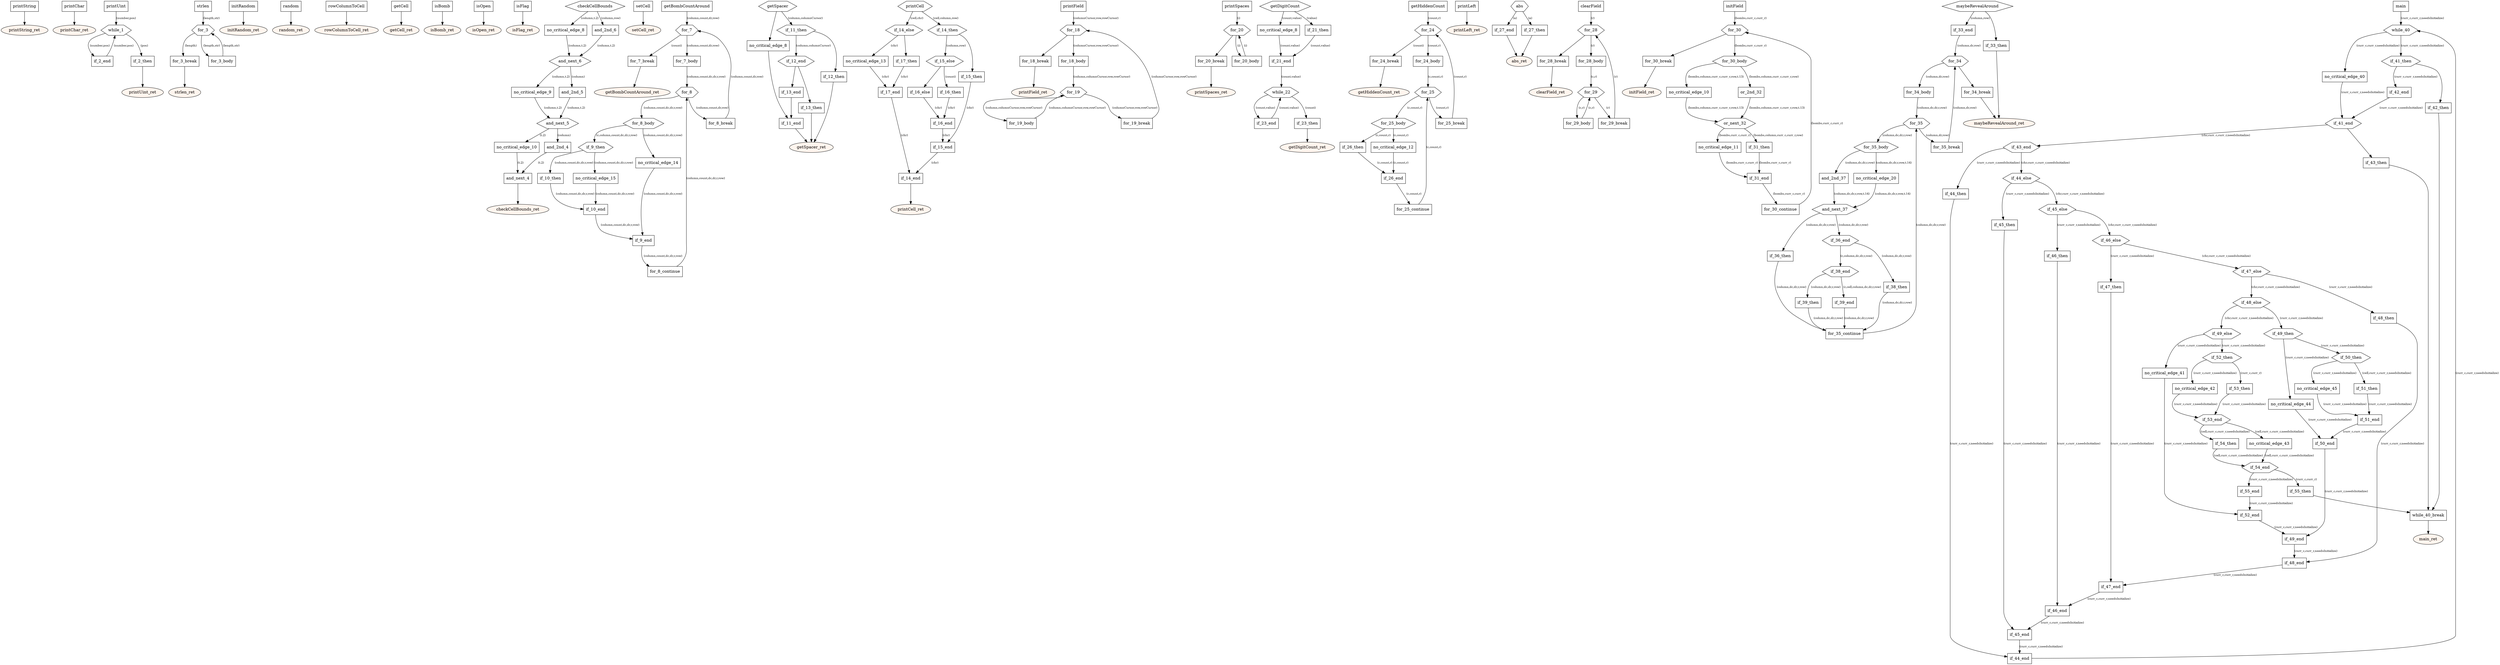
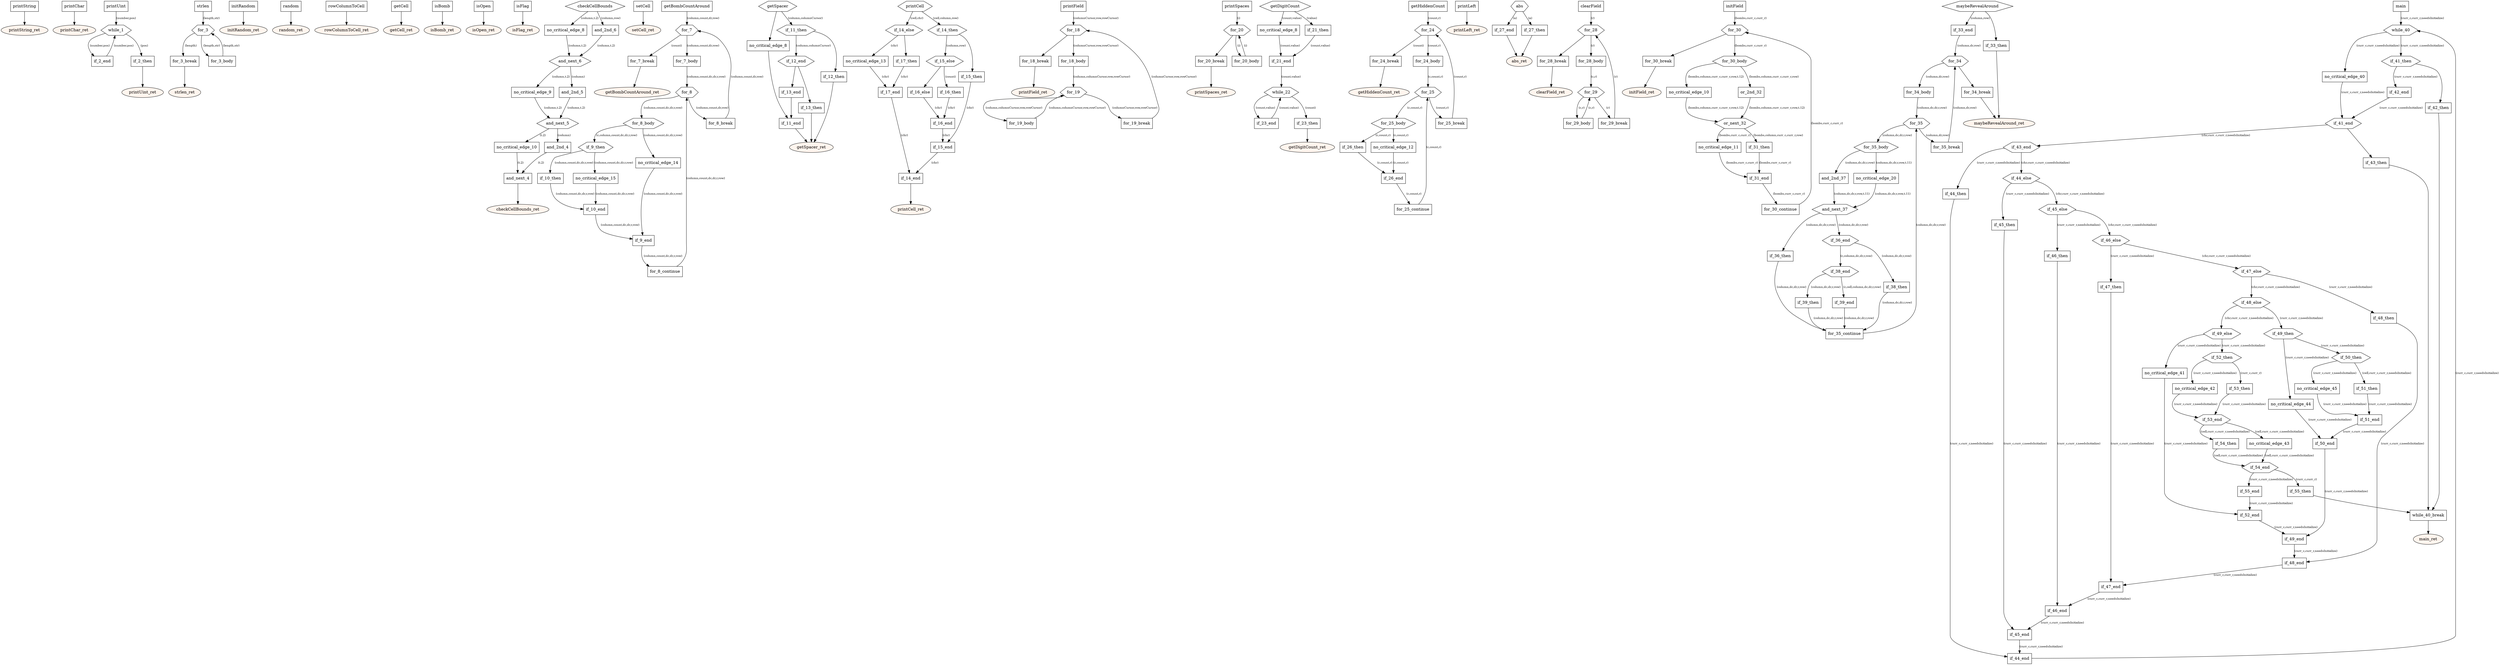
digraph program {
	edge[fontsize="10pt"];
	subgraph fn_printString {
		BasicBlock_0_printString [label="printString",shape=box];
		BasicBlock_0_printString -> BasicBlock_0_printString_ret;
		BasicBlock_0_printString_ret [label="printString_ret",shape=oval,style=filled,fillcolor="#fff5ee"];
	}
	subgraph fn_printChar {
		BasicBlock_1_printChar [label="printChar",shape=box];
		BasicBlock_1_printChar -> BasicBlock_1_printChar_ret;
		BasicBlock_1_printChar_ret [label="printChar_ret",shape=oval,style=filled,fillcolor="#fff5ee"];
	}
	subgraph fn_printUint {
		BasicBlock_2_printUint [label="printUint",shape=box];
		BasicBlock_2_printUint -> BasicBlock_2_while_1 [label="(number,pos)"];
		BasicBlock_2_while_1 [label="while_1",shape=hexagon];
		BasicBlock_2_while_1 -> BasicBlock_2_if_2_end [label="(number,pos)"];
		BasicBlock_2_while_1 -> BasicBlock_2_if_2_then [label="(pos)"];
		BasicBlock_2_if_2_then [label="if_2_then",shape=box];
		BasicBlock_2_if_2_then -> BasicBlock_2_printUint_ret;
		BasicBlock_2_if_2_end [label="if_2_end",shape=box];
		BasicBlock_2_if_2_end -> BasicBlock_2_while_1 [label="(number,pos)"];
		BasicBlock_2_printUint_ret [label="printUint_ret",shape=oval,style=filled,fillcolor="#fff5ee"];
	}
	subgraph fn_strlen {
		BasicBlock_3_strlen [label="strlen",shape=box];
		BasicBlock_3_strlen -> BasicBlock_3_for_3 [label="(length,str)"];
		BasicBlock_3_for_3 [label="for_3",shape=hexagon];
		BasicBlock_3_for_3 -> BasicBlock_3_for_3_break [label="(length)"];
		BasicBlock_3_for_3 -> BasicBlock_3_for_3_body [label="(length,str)"];
		BasicBlock_3_for_3_body [label="for_3_body",shape=box];
		BasicBlock_3_for_3_body -> BasicBlock_3_for_3 [label="(length,str)"];
		BasicBlock_3_for_3_break [label="for_3_break",shape=box];
		BasicBlock_3_for_3_break -> BasicBlock_3_strlen_ret;
		BasicBlock_3_strlen_ret [label="strlen_ret",shape=oval,style=filled,fillcolor="#fff5ee"];
	}
	subgraph fn_initRandom {
		BasicBlock_4_initRandom [label="initRandom",shape=box];
		BasicBlock_4_initRandom -> BasicBlock_4_initRandom_ret;
		BasicBlock_4_initRandom_ret [label="initRandom_ret",shape=oval,style=filled,fillcolor="#fff5ee"];
	}
	subgraph fn_random {
		BasicBlock_5_random [label="random",shape=box];
		BasicBlock_5_random -> BasicBlock_5_random_ret;
		BasicBlock_5_random_ret [label="random_ret",shape=oval,style=filled,fillcolor="#fff5ee"];
	}
	subgraph fn_rowColumnToCell {
		BasicBlock_6_rowColumnToCell [label="rowColumnToCell",shape=box];
		BasicBlock_6_rowColumnToCell -> BasicBlock_6_rowColumnToCell_ret;
		BasicBlock_6_rowColumnToCell_ret [label="rowColumnToCell_ret",shape=oval,style=filled,fillcolor="#fff5ee"];
	}
	subgraph fn_getCell {
		BasicBlock_7_getCell [label="getCell",shape=box];
		BasicBlock_7_getCell -> BasicBlock_7_getCell_ret;
		BasicBlock_7_getCell_ret [label="getCell_ret",shape=oval,style=filled,fillcolor="#fff5ee"];
	}
	subgraph fn_isBomb {
		BasicBlock_8_isBomb [label="isBomb",shape=box];
		BasicBlock_8_isBomb -> BasicBlock_8_isBomb_ret;
		BasicBlock_8_isBomb_ret [label="isBomb_ret",shape=oval,style=filled,fillcolor="#fff5ee"];
	}
	subgraph fn_isOpen {
		BasicBlock_9_isOpen [label="isOpen",shape=box];
		BasicBlock_9_isOpen -> BasicBlock_9_isOpen_ret;
		BasicBlock_9_isOpen_ret [label="isOpen_ret",shape=oval,style=filled,fillcolor="#fff5ee"];
	}
	subgraph fn_isFlag {
		BasicBlock_10_isFlag [label="isFlag",shape=box];
		BasicBlock_10_isFlag -> BasicBlock_10_isFlag_ret;
		BasicBlock_10_isFlag_ret [label="isFlag_ret",shape=oval,style=filled,fillcolor="#fff5ee"];
	}
	subgraph fn_checkCellBounds {
		BasicBlock_11_checkCellBounds [label="checkCellBounds",shape=hexagon];
		BasicBlock_11_checkCellBounds -> BasicBlock_11_no_critical_edge_8 [label="(column,t.2)"];
		BasicBlock_11_checkCellBounds -> BasicBlock_11_and_2nd_6 [label="(column,row)"];
		BasicBlock_11_and_2nd_6 [label="and_2nd_6",shape=box];
		BasicBlock_11_and_2nd_6 -> BasicBlock_11_and_next_6 [label="(column,t.2)"];
		BasicBlock_11_no_critical_edge_8 [label="no_critical_edge_8",shape=box];
		BasicBlock_11_no_critical_edge_8 -> BasicBlock_11_and_next_6 [label="(column,t.2)"];
		BasicBlock_11_and_next_6 [label="and_next_6",shape=hexagon];
		BasicBlock_11_and_next_6 -> BasicBlock_11_no_critical_edge_9 [label="(column,t.2)"];
		BasicBlock_11_and_next_6 -> BasicBlock_11_and_2nd_5 [label="(column)"];
		BasicBlock_11_and_2nd_5 [label="and_2nd_5",shape=box];
		BasicBlock_11_and_2nd_5 -> BasicBlock_11_and_next_5 [label="(column,t.2)"];
		BasicBlock_11_no_critical_edge_9 [label="no_critical_edge_9",shape=box];
		BasicBlock_11_no_critical_edge_9 -> BasicBlock_11_and_next_5 [label="(column,t.2)"];
		BasicBlock_11_and_next_5 [label="and_next_5",shape=hexagon];
		BasicBlock_11_and_next_5 -> BasicBlock_11_no_critical_edge_10 [label="(t.2)"];
		BasicBlock_11_and_next_5 -> BasicBlock_11_and_2nd_4 [label="(column)"];
		BasicBlock_11_and_2nd_4 [label="and_2nd_4",shape=box];
		BasicBlock_11_and_2nd_4 -> BasicBlock_11_and_next_4 [label="(t.2)"];
		BasicBlock_11_no_critical_edge_10 [label="no_critical_edge_10",shape=box];
		BasicBlock_11_no_critical_edge_10 -> BasicBlock_11_and_next_4 [label="(t.2)"];
		BasicBlock_11_and_next_4 [label="and_next_4",shape=box];
		BasicBlock_11_and_next_4 -> BasicBlock_11_checkCellBounds_ret;
		BasicBlock_11_checkCellBounds_ret [label="checkCellBounds_ret",shape=oval,style=filled,fillcolor="#fff5ee"];
	}
	subgraph fn_setCell {
		BasicBlock_12_setCell [label="setCell",shape=box];
		BasicBlock_12_setCell -> BasicBlock_12_setCell_ret;
		BasicBlock_12_setCell_ret [label="setCell_ret",shape=oval,style=filled,fillcolor="#fff5ee"];
	}
	subgraph fn_getBombCountAround {
		BasicBlock_13_getBombCountAround [label="getBombCountAround",shape=box];
		BasicBlock_13_getBombCountAround -> BasicBlock_13_for_7 [label="(column,count,dr,row)"];
		BasicBlock_13_for_7 [label="for_7",shape=hexagon];
		BasicBlock_13_for_7 -> BasicBlock_13_for_7_break [label="(count)"];
		BasicBlock_13_for_7 -> BasicBlock_13_for_7_body [label="(column,count,dr,row)"];
		BasicBlock_13_for_7_body [label="for_7_body",shape=box];
		BasicBlock_13_for_7_body -> BasicBlock_13_for_8 [label="(column,count,dc,dr,r,row)"];
		BasicBlock_13_for_8 [label="for_8",shape=hexagon];
		BasicBlock_13_for_8 -> BasicBlock_13_for_8_break [label="(column,count,dr,row)"];
		BasicBlock_13_for_8 -> BasicBlock_13_for_8_body [label="(column,count,dc,dr,r,row)"];
		BasicBlock_13_for_8_body [label="for_8_body",shape=hexagon];
		BasicBlock_13_for_8_body -> BasicBlock_13_no_critical_edge_14 [label="(column,count,dc,dr,r,row)"];
		BasicBlock_13_for_8_body -> BasicBlock_13_if_9_then [label="(c,column,count,dc,dr,r,row)"];
		BasicBlock_13_if_9_then [label="if_9_then",shape=hexagon];
		BasicBlock_13_if_9_then -> BasicBlock_13_no_critical_edge_15 [label="(column,count,dc,dr,r,row)"];
		BasicBlock_13_if_9_then -> BasicBlock_13_if_10_then [label="(column,count,dc,dr,r,row)"];
		BasicBlock_13_if_10_then [label="if_10_then",shape=box];
		BasicBlock_13_if_10_then -> BasicBlock_13_if_10_end [label="(column,count,dc,dr,r,row)"];
		BasicBlock_13_no_critical_edge_15 [label="no_critical_edge_15",shape=box];
		BasicBlock_13_no_critical_edge_15 -> BasicBlock_13_if_10_end [label="(column,count,dc,dr,r,row)"];
		BasicBlock_13_if_10_end [label="if_10_end",shape=box];
		BasicBlock_13_if_10_end -> BasicBlock_13_if_9_end [label="(column,count,dc,dr,r,row)"];
		BasicBlock_13_no_critical_edge_14 [label="no_critical_edge_14",shape=box];
		BasicBlock_13_no_critical_edge_14 -> BasicBlock_13_if_9_end [label="(column,count,dc,dr,r,row)"];
		BasicBlock_13_if_9_end [label="if_9_end",shape=box];
		BasicBlock_13_if_9_end -> BasicBlock_13_for_8_continue [label="(column,count,dc,dr,r,row)"];
		BasicBlock_13_for_8_continue [label="for_8_continue",shape=box];
		BasicBlock_13_for_8_continue -> BasicBlock_13_for_8 [label="(column,count,dc,dr,r,row)"];
		BasicBlock_13_for_8_break [label="for_8_break",shape=box];
		BasicBlock_13_for_8_break -> BasicBlock_13_for_7 [label="(column,count,dr,row)"];
		BasicBlock_13_for_7_break [label="for_7_break",shape=box];
		BasicBlock_13_for_7_break -> BasicBlock_13_getBombCountAround_ret;
		BasicBlock_13_getBombCountAround_ret [label="getBombCountAround_ret",shape=oval,style=filled,fillcolor="#fff5ee"];
	}
	subgraph fn_getSpacer {
		BasicBlock_14_getSpacer [label="getSpacer",shape=hexagon];
		BasicBlock_14_getSpacer -> BasicBlock_14_no_critical_edge_8;
		BasicBlock_14_getSpacer -> BasicBlock_14_if_11_then [label="(column,columnCursor)"];
		BasicBlock_14_if_11_then [label="if_11_then",shape=hexagon];
		BasicBlock_14_if_11_then -> BasicBlock_14_if_12_end [label="(column,columnCursor)"];
		BasicBlock_14_if_11_then -> BasicBlock_14_if_12_then;
		BasicBlock_14_if_12_then [label="if_12_then",shape=box];
		BasicBlock_14_if_12_then -> BasicBlock_14_getSpacer_ret;
		BasicBlock_14_if_12_end [label="if_12_end",shape=hexagon];
		BasicBlock_14_if_12_end -> BasicBlock_14_if_13_end;
		BasicBlock_14_if_12_end -> BasicBlock_14_if_13_then;
		BasicBlock_14_if_13_then [label="if_13_then",shape=box];
		BasicBlock_14_if_13_then -> BasicBlock_14_getSpacer_ret;
		BasicBlock_14_if_13_end [label="if_13_end",shape=box];
		BasicBlock_14_if_13_end -> BasicBlock_14_if_11_end;
		BasicBlock_14_no_critical_edge_8 [label="no_critical_edge_8",shape=box];
		BasicBlock_14_no_critical_edge_8 -> BasicBlock_14_if_11_end;
		BasicBlock_14_if_11_end [label="if_11_end",shape=box];
		BasicBlock_14_if_11_end -> BasicBlock_14_getSpacer_ret;
		BasicBlock_14_getSpacer_ret [label="getSpacer_ret",shape=oval,style=filled,fillcolor="#fff5ee"];
	}
	subgraph fn_printCell {
		BasicBlock_15_printCell [label="printCell",shape=hexagon];
		BasicBlock_15_printCell -> BasicBlock_15_if_14_else [label="(cell,chr)"];
		BasicBlock_15_printCell -> BasicBlock_15_if_14_then [label="(cell,column,row)"];
		BasicBlock_15_if_14_then [label="if_14_then",shape=hexagon];
		BasicBlock_15_if_14_then -> BasicBlock_15_if_15_else [label="(column,row)"];
		BasicBlock_15_if_14_then -> BasicBlock_15_if_15_then;
		BasicBlock_15_if_15_then [label="if_15_then",shape=box];
		BasicBlock_15_if_15_then -> BasicBlock_15_if_15_end [label="(chr)"];
		BasicBlock_15_if_15_else [label="if_15_else",shape=hexagon];
		BasicBlock_15_if_15_else -> BasicBlock_15_if_16_else;
		BasicBlock_15_if_15_else -> BasicBlock_15_if_16_then [label="(count)"];
		BasicBlock_15_if_16_then [label="if_16_then",shape=box];
		BasicBlock_15_if_16_then -> BasicBlock_15_if_16_end [label="(chr)"];
		BasicBlock_15_if_16_else [label="if_16_else",shape=box];
		BasicBlock_15_if_16_else -> BasicBlock_15_if_16_end [label="(chr)"];
		BasicBlock_15_if_16_end [label="if_16_end",shape=box];
		BasicBlock_15_if_16_end -> BasicBlock_15_if_15_end [label="(chr)"];
		BasicBlock_15_if_15_end [label="if_15_end",shape=box];
		BasicBlock_15_if_15_end -> BasicBlock_15_if_14_end [label="(chr)"];
		BasicBlock_15_if_14_else [label="if_14_else",shape=hexagon];
		BasicBlock_15_if_14_else -> BasicBlock_15_no_critical_edge_13 [label="(chr)"];
		BasicBlock_15_if_14_else -> BasicBlock_15_if_17_then;
		BasicBlock_15_if_17_then [label="if_17_then",shape=box];
		BasicBlock_15_if_17_then -> BasicBlock_15_if_17_end [label="(chr)"];
		BasicBlock_15_no_critical_edge_13 [label="no_critical_edge_13",shape=box];
		BasicBlock_15_no_critical_edge_13 -> BasicBlock_15_if_17_end [label="(chr)"];
		BasicBlock_15_if_17_end [label="if_17_end",shape=box];
		BasicBlock_15_if_17_end -> BasicBlock_15_if_14_end [label="(chr)"];
		BasicBlock_15_if_14_end [label="if_14_end",shape=box];
		BasicBlock_15_if_14_end -> BasicBlock_15_printCell_ret;
		BasicBlock_15_printCell_ret [label="printCell_ret",shape=oval,style=filled,fillcolor="#fff5ee"];
	}
	subgraph fn_printField {
		BasicBlock_16_printField [label="printField",shape=box];
		BasicBlock_16_printField -> BasicBlock_16_for_18 [label="(columnCursor,row,rowCursor)"];
		BasicBlock_16_for_18 [label="for_18",shape=hexagon];
		BasicBlock_16_for_18 -> BasicBlock_16_for_18_break;
		BasicBlock_16_for_18 -> BasicBlock_16_for_18_body [label="(columnCursor,row,rowCursor)"];
		BasicBlock_16_for_18_body [label="for_18_body",shape=box];
		BasicBlock_16_for_18_body -> BasicBlock_16_for_19 [label="(column,columnCursor,row,rowCursor)"];
		BasicBlock_16_for_19 [label="for_19",shape=hexagon];
		BasicBlock_16_for_19 -> BasicBlock_16_for_19_break [label="(columnCursor,row,rowCursor)"];
		BasicBlock_16_for_19 -> BasicBlock_16_for_19_body [label="(column,columnCursor,row,rowCursor)"];
		BasicBlock_16_for_19_body [label="for_19_body",shape=box];
		BasicBlock_16_for_19_body -> BasicBlock_16_for_19 [label="(column,columnCursor,row,rowCursor)"];
		BasicBlock_16_for_19_break [label="for_19_break",shape=box];
		BasicBlock_16_for_19_break -> BasicBlock_16_for_18 [label="(columnCursor,row,rowCursor)"];
		BasicBlock_16_for_18_break [label="for_18_break",shape=box];
		BasicBlock_16_for_18_break -> BasicBlock_16_printField_ret;
		BasicBlock_16_printField_ret [label="printField_ret",shape=oval,style=filled,fillcolor="#fff5ee"];
	}
	subgraph fn_printSpaces {
		BasicBlock_17_printSpaces [label="printSpaces",shape=box];
		BasicBlock_17_printSpaces -> BasicBlock_17_for_20 [label="(i)"];
		BasicBlock_17_for_20 [label="for_20",shape=hexagon];
		BasicBlock_17_for_20 -> BasicBlock_17_for_20_break;
		BasicBlock_17_for_20 -> BasicBlock_17_for_20_body [label="(i)"];
		BasicBlock_17_for_20_body [label="for_20_body",shape=box];
		BasicBlock_17_for_20_body -> BasicBlock_17_for_20 [label="(i)"];
		BasicBlock_17_for_20_break [label="for_20_break",shape=box];
		BasicBlock_17_for_20_break -> BasicBlock_17_printSpaces_ret;
		BasicBlock_17_printSpaces_ret [label="printSpaces_ret",shape=oval,style=filled,fillcolor="#fff5ee"];
	}
	subgraph fn_getDigitCount {
		BasicBlock_18_getDigitCount [label="getDigitCount",shape=hexagon];
		BasicBlock_18_getDigitCount -> BasicBlock_18_no_critical_edge_8 [label="(count,value)"];
		BasicBlock_18_getDigitCount -> BasicBlock_18_if_21_then [label="(value)"];
		BasicBlock_18_if_21_then [label="if_21_then",shape=box];
		BasicBlock_18_if_21_then -> BasicBlock_18_if_21_end [label="(count,value)"];
		BasicBlock_18_no_critical_edge_8 [label="no_critical_edge_8",shape=box];
		BasicBlock_18_no_critical_edge_8 -> BasicBlock_18_if_21_end [label="(count,value)"];
		BasicBlock_18_if_21_end [label="if_21_end",shape=box];
		BasicBlock_18_if_21_end -> BasicBlock_18_while_22 [label="(count,value)"];
		BasicBlock_18_while_22 [label="while_22",shape=hexagon];
		BasicBlock_18_while_22 -> BasicBlock_18_if_23_end [label="(count,value)"];
		BasicBlock_18_while_22 -> BasicBlock_18_if_23_then [label="(count)"];
		BasicBlock_18_if_23_then [label="if_23_then",shape=box];
		BasicBlock_18_if_23_then -> BasicBlock_18_getDigitCount_ret;
		BasicBlock_18_if_23_end [label="if_23_end",shape=box];
		BasicBlock_18_if_23_end -> BasicBlock_18_while_22 [label="(count,value)"];
		BasicBlock_18_getDigitCount_ret [label="getDigitCount_ret",shape=oval,style=filled,fillcolor="#fff5ee"];
	}
	subgraph fn_getHiddenCount {
		BasicBlock_19_getHiddenCount [label="getHiddenCount",shape=box];
		BasicBlock_19_getHiddenCount -> BasicBlock_19_for_24 [label="(count,r)"];
		BasicBlock_19_for_24 [label="for_24",shape=hexagon];
		BasicBlock_19_for_24 -> BasicBlock_19_for_24_break [label="(count)"];
		BasicBlock_19_for_24 -> BasicBlock_19_for_24_body [label="(count,r)"];
		BasicBlock_19_for_24_body [label="for_24_body",shape=box];
		BasicBlock_19_for_24_body -> BasicBlock_19_for_25 [label="(c,count,r)"];
		BasicBlock_19_for_25 [label="for_25",shape=hexagon];
		BasicBlock_19_for_25 -> BasicBlock_19_for_25_break [label="(count,r)"];
		BasicBlock_19_for_25 -> BasicBlock_19_for_25_body [label="(c,count,r)"];
		BasicBlock_19_for_25_body [label="for_25_body",shape=hexagon];
		BasicBlock_19_for_25_body -> BasicBlock_19_no_critical_edge_12 [label="(c,count,r)"];
		BasicBlock_19_for_25_body -> BasicBlock_19_if_26_then [label="(c,count,r)"];
		BasicBlock_19_if_26_then [label="if_26_then",shape=box];
		BasicBlock_19_if_26_then -> BasicBlock_19_if_26_end [label="(c,count,r)"];
		BasicBlock_19_no_critical_edge_12 [label="no_critical_edge_12",shape=box];
		BasicBlock_19_no_critical_edge_12 -> BasicBlock_19_if_26_end [label="(c,count,r)"];
		BasicBlock_19_if_26_end [label="if_26_end",shape=box];
		BasicBlock_19_if_26_end -> BasicBlock_19_for_25_continue [label="(c,count,r)"];
		BasicBlock_19_for_25_continue [label="for_25_continue",shape=box];
		BasicBlock_19_for_25_continue -> BasicBlock_19_for_25 [label="(c,count,r)"];
		BasicBlock_19_for_25_break [label="for_25_break",shape=box];
		BasicBlock_19_for_25_break -> BasicBlock_19_for_24 [label="(count,r)"];
		BasicBlock_19_for_24_break [label="for_24_break",shape=box];
		BasicBlock_19_for_24_break -> BasicBlock_19_getHiddenCount_ret;
		BasicBlock_19_getHiddenCount_ret [label="getHiddenCount_ret",shape=oval,style=filled,fillcolor="#fff5ee"];
	}
	subgraph fn_printLeft {
		BasicBlock_20_printLeft [label="printLeft",shape=box];
		BasicBlock_20_printLeft -> BasicBlock_20_printLeft_ret;
		BasicBlock_20_printLeft_ret [label="printLeft_ret",shape=oval,style=filled,fillcolor="#fff5ee"];
	}
	subgraph fn_abs {
		BasicBlock_21_abs [label="abs",shape=hexagon];
		BasicBlock_21_abs -> BasicBlock_21_if_27_end [label="(a)"];
		BasicBlock_21_abs -> BasicBlock_21_if_27_then [label="(a)"];
		BasicBlock_21_if_27_then [label="if_27_then",shape=box];
		BasicBlock_21_if_27_then -> BasicBlock_21_abs_ret;
		BasicBlock_21_if_27_end [label="if_27_end",shape=box];
		BasicBlock_21_if_27_end -> BasicBlock_21_abs_ret;
		BasicBlock_21_abs_ret [label="abs_ret",shape=oval,style=filled,fillcolor="#fff5ee"];
	}
	subgraph fn_clearField {
		BasicBlock_22_clearField [label="clearField",shape=box];
		BasicBlock_22_clearField -> BasicBlock_22_for_28 [label="(r)"];
		BasicBlock_22_for_28 [label="for_28",shape=hexagon];
		BasicBlock_22_for_28 -> BasicBlock_22_for_28_break;
		BasicBlock_22_for_28 -> BasicBlock_22_for_28_body [label="(r)"];
		BasicBlock_22_for_28_body [label="for_28_body",shape=box];
		BasicBlock_22_for_28_body -> BasicBlock_22_for_29 [label="(c,r)"];
		BasicBlock_22_for_29 [label="for_29",shape=hexagon];
		BasicBlock_22_for_29 -> BasicBlock_22_for_29_break [label="(r)"];
		BasicBlock_22_for_29 -> BasicBlock_22_for_29_body [label="(c,r)"];
		BasicBlock_22_for_29_body [label="for_29_body",shape=box];
		BasicBlock_22_for_29_body -> BasicBlock_22_for_29 [label="(c,r)"];
		BasicBlock_22_for_29_break [label="for_29_break",shape=box];
		BasicBlock_22_for_29_break -> BasicBlock_22_for_28 [label="(r)"];
		BasicBlock_22_for_28_break [label="for_28_break",shape=box];
		BasicBlock_22_for_28_break -> BasicBlock_22_clearField_ret;
		BasicBlock_22_clearField_ret [label="clearField_ret",shape=oval,style=filled,fillcolor="#fff5ee"];
	}
	subgraph fn_initField {
		BasicBlock_23_initField [label="initField",shape=box];
		BasicBlock_23_initField -> BasicBlock_23_for_30 [label="(bombs,curr_c,curr_r)"];
		BasicBlock_23_for_30 [label="for_30",shape=hexagon];
		BasicBlock_23_for_30 -> BasicBlock_23_for_30_break;
		BasicBlock_23_for_30 -> BasicBlock_23_for_30_body [label="(bombs,curr_c,curr_r)"];
		BasicBlock_23_for_30_body [label="for_30_body",shape=hexagon];
- 		BasicBlock_23_for_30_body -> BasicBlock_23_no_critical_edge_10 [label="(bombs,column,curr_c,curr_r,row,t.13)"];
+ 		BasicBlock_23_for_30_body -> BasicBlock_23_no_critical_edge_10 [label="(bombs,column,curr_c,curr_r,row,t.12)"];
		BasicBlock_23_for_30_body -> BasicBlock_23_or_2nd_32 [label="(bombs,column,curr_c,curr_r,row)"];
		BasicBlock_23_or_2nd_32 [label="or_2nd_32",shape=box];
- 		BasicBlock_23_or_2nd_32 -> BasicBlock_23_or_next_32 [label="(bombs,column,curr_c,curr_r,row,t.13)"];
+ 		BasicBlock_23_or_2nd_32 -> BasicBlock_23_or_next_32 [label="(bombs,column,curr_c,curr_r,row,t.12)"];
		BasicBlock_23_no_critical_edge_10 [label="no_critical_edge_10",shape=box];
- 		BasicBlock_23_no_critical_edge_10 -> BasicBlock_23_or_next_32 [label="(bombs,column,curr_c,curr_r,row,t.13)"];
+ 		BasicBlock_23_no_critical_edge_10 -> BasicBlock_23_or_next_32 [label="(bombs,column,curr_c,curr_r,row,t.12)"];
		BasicBlock_23_or_next_32 [label="or_next_32",shape=hexagon];
		BasicBlock_23_or_next_32 -> BasicBlock_23_no_critical_edge_11 [label="(bombs,curr_c,curr_r)"];
		BasicBlock_23_or_next_32 -> BasicBlock_23_if_31_then [label="(bombs,column,curr_c,curr_r,row)"];
		BasicBlock_23_if_31_then [label="if_31_then",shape=box];
		BasicBlock_23_if_31_then -> BasicBlock_23_if_31_end [label="(bombs,curr_c,curr_r)"];
		BasicBlock_23_no_critical_edge_11 [label="no_critical_edge_11",shape=box];
		BasicBlock_23_no_critical_edge_11 -> BasicBlock_23_if_31_end [label="(bombs,curr_c,curr_r)"];
		BasicBlock_23_if_31_end [label="if_31_end",shape=box];
		BasicBlock_23_if_31_end -> BasicBlock_23_for_30_continue [label="(bombs,curr_c,curr_r)"];
		BasicBlock_23_for_30_continue [label="for_30_continue",shape=box];
		BasicBlock_23_for_30_continue -> BasicBlock_23_for_30 [label="(bombs,curr_c,curr_r)"];
		BasicBlock_23_for_30_break [label="for_30_break",shape=box];
		BasicBlock_23_for_30_break -> BasicBlock_23_initField_ret;
		BasicBlock_23_initField_ret [label="initField_ret",shape=oval,style=filled,fillcolor="#fff5ee"];
	}
	subgraph fn_maybeRevealAround {
		BasicBlock_24_maybeRevealAround [label="maybeRevealAround",shape=hexagon];
		BasicBlock_24_maybeRevealAround -> BasicBlock_24_if_33_end [label="(column,row)"];
		BasicBlock_24_maybeRevealAround -> BasicBlock_24_if_33_then;
		BasicBlock_24_if_33_then [label="if_33_then",shape=box];
		BasicBlock_24_if_33_then -> BasicBlock_24_maybeRevealAround_ret;
		BasicBlock_24_if_33_end [label="if_33_end",shape=box];
		BasicBlock_24_if_33_end -> BasicBlock_24_for_34 [label="(column,dr,row)"];
		BasicBlock_24_for_34 [label="for_34",shape=hexagon];
		BasicBlock_24_for_34 -> BasicBlock_24_for_34_break;
		BasicBlock_24_for_34 -> BasicBlock_24_for_34_body [label="(column,dr,row)"];
		BasicBlock_24_for_34_body [label="for_34_body",shape=box];
		BasicBlock_24_for_34_body -> BasicBlock_24_for_35 [label="(column,dc,dr,r,row)"];
		BasicBlock_24_for_35 [label="for_35",shape=hexagon];
		BasicBlock_24_for_35 -> BasicBlock_24_for_35_break [label="(column,dr,row)"];
		BasicBlock_24_for_35 -> BasicBlock_24_for_35_body [label="(column,dc,dr,r,row)"];
		BasicBlock_24_for_35_body [label="for_35_body",shape=hexagon];
- 		BasicBlock_24_for_35_body -> BasicBlock_24_no_critical_edge_20 [label="(column,dc,dr,r,row,t.14)"];
+ 		BasicBlock_24_for_35_body -> BasicBlock_24_no_critical_edge_20 [label="(column,dc,dr,r,row,t.11)"];
		BasicBlock_24_for_35_body -> BasicBlock_24_and_2nd_37 [label="(column,dc,dr,r,row)"];
		BasicBlock_24_and_2nd_37 [label="and_2nd_37",shape=box];
- 		BasicBlock_24_and_2nd_37 -> BasicBlock_24_and_next_37 [label="(column,dc,dr,r,row,t.14)"];
+ 		BasicBlock_24_and_2nd_37 -> BasicBlock_24_and_next_37 [label="(column,dc,dr,r,row,t.11)"];
		BasicBlock_24_no_critical_edge_20 [label="no_critical_edge_20",shape=box];
- 		BasicBlock_24_no_critical_edge_20 -> BasicBlock_24_and_next_37 [label="(column,dc,dr,r,row,t.14)"];
+ 		BasicBlock_24_no_critical_edge_20 -> BasicBlock_24_and_next_37 [label="(column,dc,dr,r,row,t.11)"];
		BasicBlock_24_and_next_37 [label="and_next_37",shape=hexagon];
		BasicBlock_24_and_next_37 -> BasicBlock_24_if_36_end [label="(column,dc,dr,r,row)"];
		BasicBlock_24_and_next_37 -> BasicBlock_24_if_36_then [label="(column,dc,dr,r,row)"];
		BasicBlock_24_if_36_then [label="if_36_then",shape=box];
		BasicBlock_24_if_36_then -> BasicBlock_24_for_35_continue [label="(column,dc,dr,r,row)"];
		BasicBlock_24_if_36_end [label="if_36_end",shape=hexagon];
		BasicBlock_24_if_36_end -> BasicBlock_24_if_38_end [label="(c,column,dc,dr,r,row)"];
		BasicBlock_24_if_36_end -> BasicBlock_24_if_38_then [label="(column,dc,dr,r,row)"];
		BasicBlock_24_if_38_then [label="if_38_then",shape=box];
		BasicBlock_24_if_38_then -> BasicBlock_24_for_35_continue [label="(column,dc,dr,r,row)"];
		BasicBlock_24_if_38_end [label="if_38_end",shape=hexagon];
		BasicBlock_24_if_38_end -> BasicBlock_24_if_39_end [label="(c,cell,column,dc,dr,r,row)"];
		BasicBlock_24_if_38_end -> BasicBlock_24_if_39_then [label="(column,dc,dr,r,row)"];
		BasicBlock_24_if_39_then [label="if_39_then",shape=box];
		BasicBlock_24_if_39_then -> BasicBlock_24_for_35_continue [label="(column,dc,dr,r,row)"];
		BasicBlock_24_if_39_end [label="if_39_end",shape=box];
		BasicBlock_24_if_39_end -> BasicBlock_24_for_35_continue [label="(column,dc,dr,r,row)"];
		BasicBlock_24_for_35_continue [label="for_35_continue",shape=box];
		BasicBlock_24_for_35_continue -> BasicBlock_24_for_35 [label="(column,dc,dr,r,row)"];
		BasicBlock_24_for_35_break [label="for_35_break",shape=box];
		BasicBlock_24_for_35_break -> BasicBlock_24_for_34 [label="(column,dr,row)"];
		BasicBlock_24_for_34_break [label="for_34_break",shape=box];
		BasicBlock_24_for_34_break -> BasicBlock_24_maybeRevealAround_ret;
		BasicBlock_24_maybeRevealAround_ret [label="maybeRevealAround_ret",shape=oval,style=filled,fillcolor="#fff5ee"];
	}
	subgraph fn_main {
		BasicBlock_25_main [label="main",shape=box];
		BasicBlock_25_main -> BasicBlock_25_while_40 [label="(curr_c,curr_r,needsInitialize)"];
		BasicBlock_25_while_40 [label="while_40",shape=hexagon];
		BasicBlock_25_while_40 -> BasicBlock_25_no_critical_edge_40 [label="(curr_c,curr_r,needsInitialize)"];
		BasicBlock_25_while_40 -> BasicBlock_25_if_41_then [label="(curr_c,curr_r,needsInitialize)"];
		BasicBlock_25_if_41_then [label="if_41_then",shape=hexagon];
		BasicBlock_25_if_41_then -> BasicBlock_25_if_42_end [label="(curr_c,curr_r,needsInitialize)"];
		BasicBlock_25_if_41_then -> BasicBlock_25_if_42_then;
		BasicBlock_25_if_42_then [label="if_42_then",shape=box];
		BasicBlock_25_if_42_then -> BasicBlock_25_while_40_break;
		BasicBlock_25_if_42_end [label="if_42_end",shape=box];
		BasicBlock_25_if_42_end -> BasicBlock_25_if_41_end [label="(curr_c,curr_r,needsInitialize)"];
		BasicBlock_25_no_critical_edge_40 [label="no_critical_edge_40",shape=box];
		BasicBlock_25_no_critical_edge_40 -> BasicBlock_25_if_41_end [label="(curr_c,curr_r,needsInitialize)"];
		BasicBlock_25_if_41_end [label="if_41_end",shape=hexagon];
		BasicBlock_25_if_41_end -> BasicBlock_25_if_43_end [label="(chr,curr_c,curr_r,needsInitialize)"];
		BasicBlock_25_if_41_end -> BasicBlock_25_if_43_then;
		BasicBlock_25_if_43_then [label="if_43_then",shape=box];
		BasicBlock_25_if_43_then -> BasicBlock_25_while_40_break;
		BasicBlock_25_if_43_end [label="if_43_end",shape=hexagon];
		BasicBlock_25_if_43_end -> BasicBlock_25_if_44_else [label="(chr,curr_c,curr_r,needsInitialize)"];
		BasicBlock_25_if_43_end -> BasicBlock_25_if_44_then [label="(curr_c,curr_r,needsInitialize)"];
		BasicBlock_25_if_44_then [label="if_44_then",shape=box];
		BasicBlock_25_if_44_then -> BasicBlock_25_if_44_end [label="(curr_c,curr_r,needsInitialize)"];
		BasicBlock_25_if_44_else [label="if_44_else",shape=hexagon];
		BasicBlock_25_if_44_else -> BasicBlock_25_if_45_else [label="(chr,curr_c,curr_r,needsInitialize)"];
		BasicBlock_25_if_44_else -> BasicBlock_25_if_45_then [label="(curr_c,curr_r,needsInitialize)"];
		BasicBlock_25_if_45_then [label="if_45_then",shape=box];
		BasicBlock_25_if_45_then -> BasicBlock_25_if_45_end [label="(curr_c,curr_r,needsInitialize)"];
		BasicBlock_25_if_45_else [label="if_45_else",shape=hexagon];
		BasicBlock_25_if_45_else -> BasicBlock_25_if_46_else [label="(chr,curr_c,curr_r,needsInitialize)"];
		BasicBlock_25_if_45_else -> BasicBlock_25_if_46_then [label="(curr_c,curr_r,needsInitialize)"];
		BasicBlock_25_if_46_then [label="if_46_then",shape=box];
		BasicBlock_25_if_46_then -> BasicBlock_25_if_46_end [label="(curr_c,curr_r,needsInitialize)"];
		BasicBlock_25_if_46_else [label="if_46_else",shape=hexagon];
		BasicBlock_25_if_46_else -> BasicBlock_25_if_47_else [label="(chr,curr_c,curr_r,needsInitialize)"];
		BasicBlock_25_if_46_else -> BasicBlock_25_if_47_then [label="(curr_c,curr_r,needsInitialize)"];
		BasicBlock_25_if_47_then [label="if_47_then",shape=box];
		BasicBlock_25_if_47_then -> BasicBlock_25_if_47_end [label="(curr_c,curr_r,needsInitialize)"];
		BasicBlock_25_if_47_else [label="if_47_else",shape=hexagon];
		BasicBlock_25_if_47_else -> BasicBlock_25_if_48_else [label="(chr,curr_c,curr_r,needsInitialize)"];
		BasicBlock_25_if_47_else -> BasicBlock_25_if_48_then [label="(curr_c,curr_r,needsInitialize)"];
		BasicBlock_25_if_48_then [label="if_48_then",shape=box];
		BasicBlock_25_if_48_then -> BasicBlock_25_if_48_end [label="(curr_c,curr_r,needsInitialize)"];
		BasicBlock_25_if_48_else [label="if_48_else",shape=hexagon];
		BasicBlock_25_if_48_else -> BasicBlock_25_if_49_else [label="(chr,curr_c,curr_r,needsInitialize)"];
		BasicBlock_25_if_48_else -> BasicBlock_25_if_49_then [label="(curr_c,curr_r,needsInitialize)"];
		BasicBlock_25_if_49_then [label="if_49_then",shape=hexagon];
		BasicBlock_25_if_49_then -> BasicBlock_25_no_critical_edge_44 [label="(curr_c,curr_r,needsInitialize)"];
		BasicBlock_25_if_49_then -> BasicBlock_25_if_50_then [label="(curr_c,curr_r,needsInitialize)"];
		BasicBlock_25_if_50_then [label="if_50_then",shape=hexagon];
		BasicBlock_25_if_50_then -> BasicBlock_25_no_critical_edge_45 [label="(curr_c,curr_r,needsInitialize)"];
		BasicBlock_25_if_50_then -> BasicBlock_25_if_51_then [label="(cell,curr_c,curr_r,needsInitialize)"];
		BasicBlock_25_if_51_then [label="if_51_then",shape=box];
		BasicBlock_25_if_51_then -> BasicBlock_25_if_51_end [label="(curr_c,curr_r,needsInitialize)"];
		BasicBlock_25_no_critical_edge_45 [label="no_critical_edge_45",shape=box];
		BasicBlock_25_no_critical_edge_45 -> BasicBlock_25_if_51_end [label="(curr_c,curr_r,needsInitialize)"];
		BasicBlock_25_if_51_end [label="if_51_end",shape=box];
		BasicBlock_25_if_51_end -> BasicBlock_25_if_50_end [label="(curr_c,curr_r,needsInitialize)"];
		BasicBlock_25_no_critical_edge_44 [label="no_critical_edge_44",shape=box];
		BasicBlock_25_no_critical_edge_44 -> BasicBlock_25_if_50_end [label="(curr_c,curr_r,needsInitialize)"];
		BasicBlock_25_if_50_end [label="if_50_end",shape=box];
		BasicBlock_25_if_50_end -> BasicBlock_25_if_49_end [label="(curr_c,curr_r,needsInitialize)"];
		BasicBlock_25_if_49_else [label="if_49_else",shape=hexagon];
		BasicBlock_25_if_49_else -> BasicBlock_25_no_critical_edge_41 [label="(curr_c,curr_r,needsInitialize)"];
		BasicBlock_25_if_49_else -> BasicBlock_25_if_52_then [label="(curr_c,curr_r,needsInitialize)"];
		BasicBlock_25_if_52_then [label="if_52_then",shape=hexagon];
		BasicBlock_25_if_52_then -> BasicBlock_25_no_critical_edge_42 [label="(curr_c,curr_r,needsInitialize)"];
		BasicBlock_25_if_52_then -> BasicBlock_25_if_53_then [label="(curr_c,curr_r)"];
		BasicBlock_25_if_53_then [label="if_53_then",shape=box];
		BasicBlock_25_if_53_then -> BasicBlock_25_if_53_end [label="(curr_c,curr_r,needsInitialize)"];
		BasicBlock_25_no_critical_edge_42 [label="no_critical_edge_42",shape=box];
		BasicBlock_25_no_critical_edge_42 -> BasicBlock_25_if_53_end [label="(curr_c,curr_r,needsInitialize)"];
		BasicBlock_25_if_53_end [label="if_53_end",shape=hexagon];
		BasicBlock_25_if_53_end -> BasicBlock_25_no_critical_edge_43 [label="(cell,curr_c,curr_r,needsInitialize)"];
		BasicBlock_25_if_53_end -> BasicBlock_25_if_54_then [label="(cell,curr_c,curr_r,needsInitialize)"];
		BasicBlock_25_if_54_then [label="if_54_then",shape=box];
		BasicBlock_25_if_54_then -> BasicBlock_25_if_54_end [label="(cell,curr_c,curr_r,needsInitialize)"];
		BasicBlock_25_no_critical_edge_43 [label="no_critical_edge_43",shape=box];
		BasicBlock_25_no_critical_edge_43 -> BasicBlock_25_if_54_end [label="(cell,curr_c,curr_r,needsInitialize)"];
		BasicBlock_25_if_54_end [label="if_54_end",shape=hexagon];
		BasicBlock_25_if_54_end -> BasicBlock_25_if_55_end [label="(curr_c,curr_r,needsInitialize)"];
		BasicBlock_25_if_54_end -> BasicBlock_25_if_55_then [label="(curr_c,curr_r)"];
		BasicBlock_25_if_55_then [label="if_55_then",shape=box];
		BasicBlock_25_if_55_then -> BasicBlock_25_while_40_break;
		BasicBlock_25_while_40_break [label="while_40_break",shape=box];
		BasicBlock_25_while_40_break -> BasicBlock_25_main_ret;
		BasicBlock_25_if_55_end [label="if_55_end",shape=box];
		BasicBlock_25_if_55_end -> BasicBlock_25_if_52_end [label="(curr_c,curr_r,needsInitialize)"];
		BasicBlock_25_no_critical_edge_41 [label="no_critical_edge_41",shape=box];
		BasicBlock_25_no_critical_edge_41 -> BasicBlock_25_if_52_end [label="(curr_c,curr_r,needsInitialize)"];
		BasicBlock_25_if_52_end [label="if_52_end",shape=box];
		BasicBlock_25_if_52_end -> BasicBlock_25_if_49_end [label="(curr_c,curr_r,needsInitialize)"];
		BasicBlock_25_if_49_end [label="if_49_end",shape=box];
		BasicBlock_25_if_49_end -> BasicBlock_25_if_48_end [label="(curr_c,curr_r,needsInitialize)"];
		BasicBlock_25_if_48_end [label="if_48_end",shape=box];
		BasicBlock_25_if_48_end -> BasicBlock_25_if_47_end [label="(curr_c,curr_r,needsInitialize)"];
		BasicBlock_25_if_47_end [label="if_47_end",shape=box];
		BasicBlock_25_if_47_end -> BasicBlock_25_if_46_end [label="(curr_c,curr_r,needsInitialize)"];
		BasicBlock_25_if_46_end [label="if_46_end",shape=box];
		BasicBlock_25_if_46_end -> BasicBlock_25_if_45_end [label="(curr_c,curr_r,needsInitialize)"];
		BasicBlock_25_if_45_end [label="if_45_end",shape=box];
		BasicBlock_25_if_45_end -> BasicBlock_25_if_44_end [label="(curr_c,curr_r,needsInitialize)"];
		BasicBlock_25_if_44_end [label="if_44_end",shape=box];
		BasicBlock_25_if_44_end -> BasicBlock_25_while_40 [label="(curr_c,curr_r,needsInitialize)"];
		BasicBlock_25_main_ret [label="main_ret",shape=oval,style=filled,fillcolor="#fff5ee"];
	}
}
